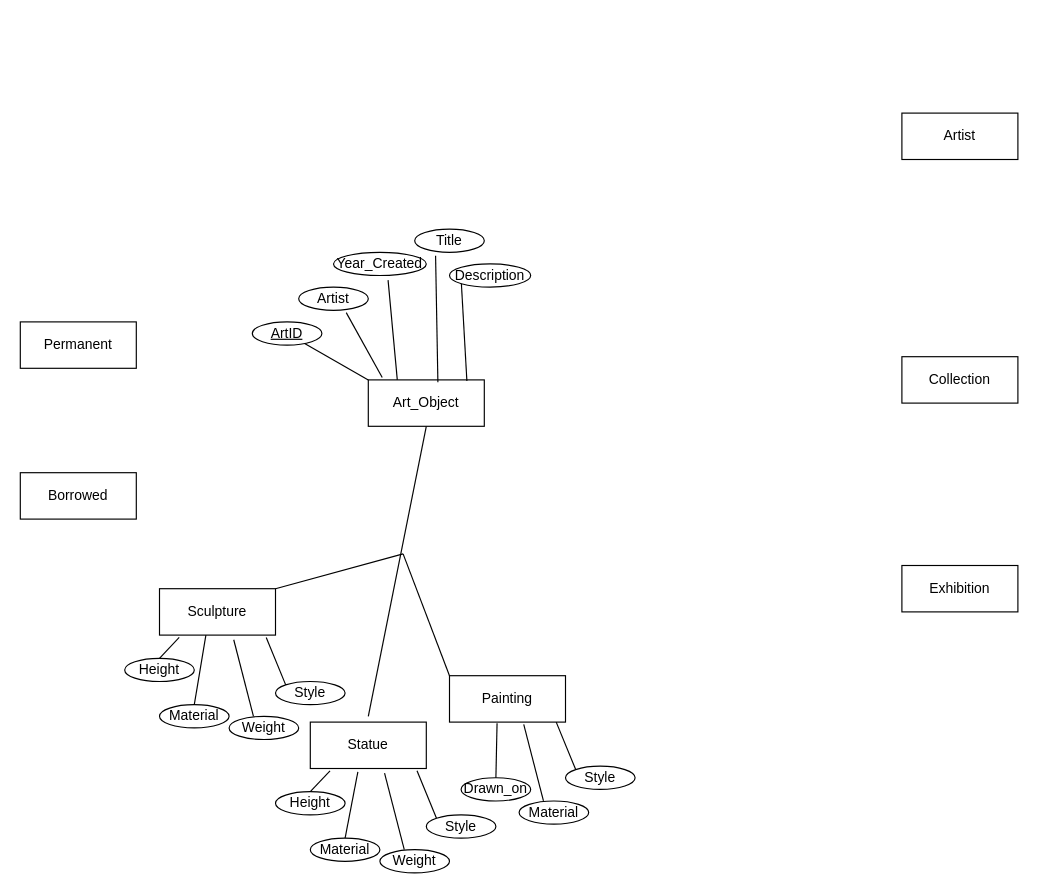
Above: database design/eerdMusem.drawio in ENSF-300-F23/museum-project-l02-group-22 (draw.io), before the change. Source tidied: cells renumbered, new cells numbered last; positions are measured from the earlier drawing's top-left corner, leaving out a move shared by most shapes. Both pictures are drawn from the tidied source at 116%, with x=0, y=0 at pixel (20, 113).
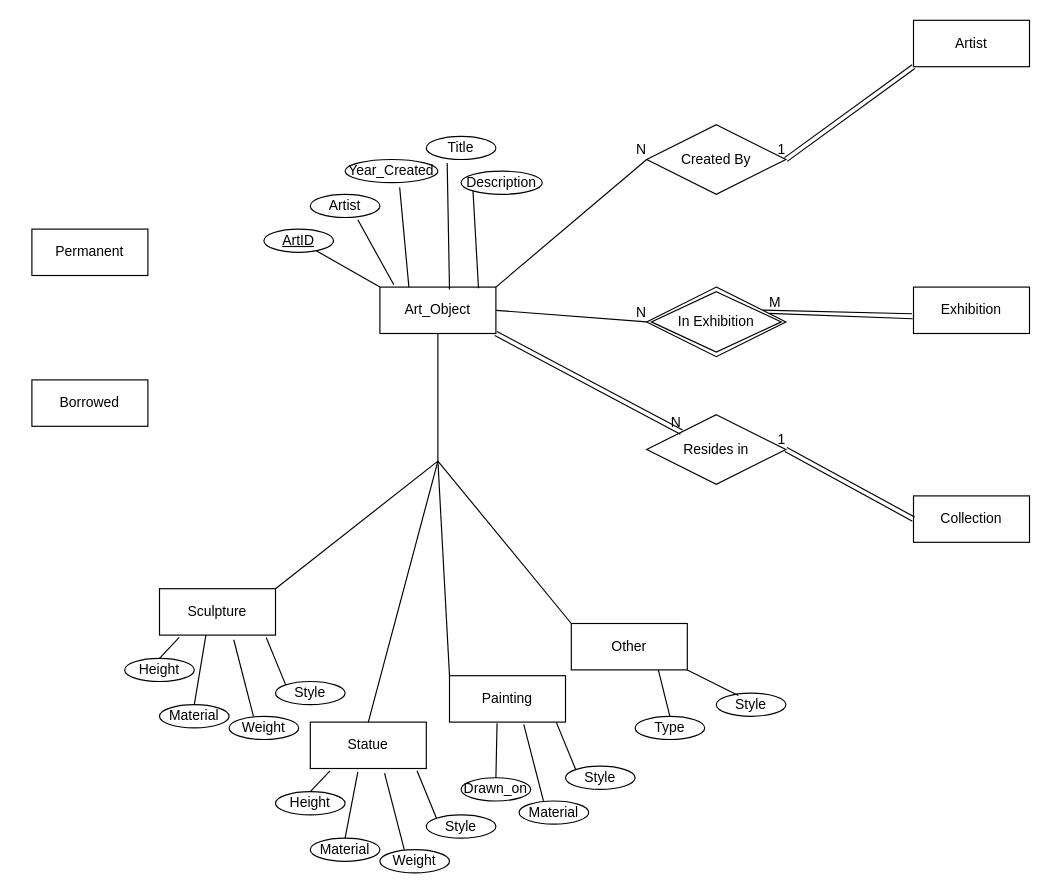
Above is the later version.

Commit message (it also covers changes not shown here):
Added more changes to EERD and schema

Unchanged cells that the change refers to:
```xml
<mxCell id="3" value="Sculpture" style="whiteSpace=wrap;html=1;align=center;" parent="1" vertex="1">
  <mxGeometry x="120" y="410" width="100" height="40" as="geometry" />
</mxCell>
<mxCell id="4" value="Statue" style="whiteSpace=wrap;html=1;align=center;" parent="1" vertex="1">
  <mxGeometry x="250" y="525" width="100" height="40" as="geometry" />
</mxCell>
<mxCell id="5" value="Painting" style="whiteSpace=wrap;html=1;align=center;" parent="1" vertex="1">
  <mxGeometry x="370" y="485" width="100" height="40" as="geometry" />
</mxCell>
```

What changed in the source:
```diff
@@
     <mxCell id="2" value="Art_Object" style="whiteSpace=wrap;html=1;align=center;" parent="1" vertex="1">
-      <mxGeometry x="300" y="230" width="100" height="40" as="geometry" />
+      <mxGeometry x="310" y="150" width="100" height="40" as="geometry" />
     </mxCell>
@@
     <mxCell id="6" value="Borrowed" style="whiteSpace=wrap;html=1;align=center;" parent="1" vertex="1">
-      <mxGeometry y="310" width="100" height="40" as="geometry" />
+      <mxGeometry x="10" y="230" width="100" height="40" as="geometry" />
     </mxCell>
     <mxCell id="7" value="Permanent" style="whiteSpace=wrap;html=1;align=center;" parent="1" vertex="1">
-      <mxGeometry y="180" width="100" height="40" as="geometry" />
+      <mxGeometry x="10" y="100" width="100" height="40" as="geometry" />
     </mxCell>
     <mxCell id="8" style="endArrow=none;html=1;exitX=0;exitY=0;exitDx=0;exitDy=0;" parent="1" edge="1" source="5">
       <mxGeometry relative="1" as="geometry">
-        <mxPoint x="330" y="380" as="targetPoint" />
+        <mxPoint x="360" y="300" as="targetPoint" />
       </mxGeometry>
     </mxCell>
     <mxCell id="9" style="endArrow=none;html=1;exitX=1;exitY=0;exitDx=0;exitDy=0;" parent="1" edge="1" source="3">
       <mxGeometry relative="1" as="geometry">
-        <mxPoint x="330" y="380" as="targetPoint" />
+        <mxPoint x="360" y="300" as="targetPoint" />
       </mxGeometry>
     </mxCell>
     <mxCell id="10" value="&lt;u&gt;ArtID&lt;/u&gt;" style="ellipse;whiteSpace=wrap;html=1;align=center;" parent="1" vertex="1">
-      <mxGeometry x="200" y="180" width="60" height="20" as="geometry" />
+      <mxGeometry x="210" y="100" width="60" height="20" as="geometry" />
     </mxCell>
     <mxCell id="11" value="Artist" style="ellipse;whiteSpace=wrap;html=1;align=center;" parent="1" vertex="1">
-      <mxGeometry x="240" y="150" width="60" height="20" as="geometry" />
+      <mxGeometry x="250" y="70" width="60" height="20" as="geometry" />
     </mxCell>
     <mxCell id="12" value="Year_Created" style="ellipse;whiteSpace=wrap;html=1;align=center;" parent="1" vertex="1">
-      <mxGeometry x="270" y="120" width="80" height="20" as="geometry" />
+      <mxGeometry x="280" y="40" width="80" height="20" as="geometry" />
     </mxCell>
@@
     <mxCell id="16" value="Title" style="ellipse;whiteSpace=wrap;html=1;align=center;" parent="1" vertex="1">
-      <mxGeometry x="340" y="100" width="60" height="20" as="geometry" />
+      <mxGeometry x="350" y="20" width="60" height="20" as="geometry" />
     </mxCell>
     <mxCell id="17" value="Description" style="ellipse;whiteSpace=wrap;html=1;align=center;" parent="1" vertex="1">
-      <mxGeometry x="370" y="130" width="70" height="20" as="geometry" />
+      <mxGeometry x="380" y="50" width="70" height="20" as="geometry" />
     </mxCell>
@@
     <mxCell id="42" value="Artist" style="whiteSpace=wrap;html=1;align=center;" parent="1" vertex="1">
-      <mxGeometry x="760" width="100" height="40" as="geometry" />
+      <mxGeometry x="770" y="-80" width="100" height="40" as="geometry" />
     </mxCell>
     <mxCell id="43" value="Collection" style="whiteSpace=wrap;html=1;align=center;" parent="1" vertex="1">
-      <mxGeometry x="760" y="210" width="100" height="40" as="geometry" />
+      <mxGeometry x="770" y="330" width="100" height="40" as="geometry" />
     </mxCell>
     <mxCell id="44" value="Exhibition" style="whiteSpace=wrap;html=1;align=center;" parent="1" vertex="1">
-      <mxGeometry x="760" y="390" width="100" height="40" as="geometry" />
+      <mxGeometry x="770" y="150" width="100" height="40" as="geometry" />
     </mxCell>
-    <mxCell id="45" style="endArrow=none;html=1;entryX=0.5;entryY=1;entryDx=0;entryDy=0;" parent="1" edge="1" target="2">
+    <mxCell id="45" style="endArrow=none;html=1;exitX=0.5;exitY=0;exitDx=0;exitDy=0;" parent="1" edge="1" source="4">
       <mxGeometry relative="1" as="geometry">
-        <mxPoint x="300" y="520" as="sourcePoint" />
+        <mxPoint x="360" y="300" as="targetPoint" />
       </mxGeometry>
     </mxCell>
+    <mxCell id="46" value="Created By" style="shape=rhombus;perimeter=rhombusPerimeter;whiteSpace=wrap;html=1;align=center;" parent="1" vertex="1">
+      <mxGeometry x="540" y="10" width="120" height="60" as="geometry" />
+    </mxCell>
+    <mxCell id="47" value="In Exhibition" style="shape=rhombus;double=1;perimeter=rhombusPerimeter;whiteSpace=wrap;html=1;align=center;" parent="1" vertex="1">
+      <mxGeometry x="540" y="150" width="120" height="60" as="geometry" />
+    </mxCell>
+    <mxCell id="48" value="Resides in" style="shape=rhombus;perimeter=rhombusPerimeter;whiteSpace=wrap;html=1;align=center;" parent="1" vertex="1">
+      <mxGeometry x="540" y="260" width="120" height="60" as="geometry" />
+    </mxCell>
+    <mxCell id="49" style="shape=link;html=1;rounded=0;exitX=1;exitY=1;exitDx=0;exitDy=0;entryX=0;entryY=0;entryDx=0;entryDy=0;" parent="1" edge="1" source="2" target="48">
+      <mxGeometry relative="1" as="geometry" />
+    </mxCell>
+    <mxCell id="50" value="N" style="html=1;align=right;verticalAlign=bottom;" parent="49" vertex="1">
+      <mxGeometry x="1" relative="1" as="geometry" />
+    </mxCell>
+    <mxCell id="51" style="shape=link;html=1;rounded=0;entryX=1;entryY=0.5;entryDx=0;entryDy=0;exitX=0;exitY=0.5;exitDx=0;exitDy=0;" parent="1" edge="1" source="43" target="48">
+      <mxGeometry relative="1" as="geometry" />
+    </mxCell>
+    <mxCell id="52" value="1" style="html=1;align=right;verticalAlign=bottom;" parent="51" vertex="1">
+      <mxGeometry x="1" relative="1" as="geometry" />
+    </mxCell>
+    <mxCell id="53" style="endArrow=none;html=1;rounded=0;entryX=0;entryY=0.5;entryDx=0;entryDy=0;exitX=1;exitY=0.5;exitDx=0;exitDy=0;" parent="1" edge="1" source="2" target="47">
+      <mxGeometry relative="1" as="geometry" />
+    </mxCell>
+    <mxCell id="54" value="N" style="html=1;align=right;verticalAlign=bottom;" parent="53" vertex="1">
+      <mxGeometry x="1" relative="1" as="geometry" />
+    </mxCell>
+    <mxCell id="55" style="endArrow=none;html=1;rounded=0;exitX=0.881;exitY=0.378;exitDx=0;exitDy=0;exitPerimeter=0;entryX=-0.007;entryY=0.683;entryDx=0;entryDy=0;entryPerimeter=0;" parent="1" edge="1" source="47" target="44">
+      <mxGeometry relative="1" as="geometry" />
+    </mxCell>
+    <mxCell id="56" style="endArrow=none;html=1;rounded=0;entryX=-0.013;entryY=0.575;entryDx=0;entryDy=0;entryPerimeter=0;" parent="1" edge="1" target="44">
+      <mxGeometry relative="1" as="geometry">
+        <mxPoint x="640" y="169.8" as="sourcePoint" />
+      </mxGeometry>
+    </mxCell>
+    <mxCell id="57" value="M" style="text;strokeColor=none;fillColor=none;spacingLeft=4;spacingRight=4;overflow=hidden;fontSize=12;" parent="1" vertex="1">
+      <mxGeometry x="640" y="150" width="30" height="20" as="geometry" />
+    </mxCell>
+    <mxCell id="58" style="endArrow=none;html=1;rounded=0;entryX=0;entryY=0.5;entryDx=0;entryDy=0;exitX=1;exitY=0;exitDx=0;exitDy=0;" parent="1" edge="1" source="2" target="46">
+      <mxGeometry relative="1" as="geometry" />
+    </mxCell>
+    <mxCell id="59" value="N" style="html=1;align=right;verticalAlign=bottom;" parent="58" vertex="1">
+      <mxGeometry x="1" relative="1" as="geometry" />
+    </mxCell>
+    <mxCell id="60" style="shape=link;html=1;rounded=0;entryX=1;entryY=0.5;entryDx=0;entryDy=0;exitX=0;exitY=1;exitDx=0;exitDy=0;" parent="1" edge="1" source="42" target="46">
+      <mxGeometry relative="1" as="geometry" />
+    </mxCell>
+    <mxCell id="61" value="1" style="html=1;align=right;verticalAlign=bottom;" parent="60" vertex="1">
+      <mxGeometry x="1" relative="1" as="geometry" />
+    </mxCell>
+    <mxCell id="62" value="Other" style="whiteSpace=wrap;html=1;align=center;" parent="1" vertex="1">
+      <mxGeometry x="475" y="440" width="100" height="40" as="geometry" />
+    </mxCell>
+    <mxCell id="63" style="endArrow=none;html=1;entryX=0.5;entryY=1;entryDx=0;entryDy=0;" parent="1" edge="1" target="2">
+      <mxGeometry relative="1" as="geometry">
+        <mxPoint x="360" y="300" as="sourcePoint" />
+      </mxGeometry>
+    </mxCell>
+    <mxCell id="64" style="endArrow=none;html=1;entryX=0;entryY=0;entryDx=0;entryDy=0;" parent="1" edge="1" target="62">
+      <mxGeometry relative="1" as="geometry">
+        <mxPoint x="360" y="300" as="sourcePoint" />
+      </mxGeometry>
+    </mxCell>
+    <mxCell id="65" value="Type" style="ellipse;whiteSpace=wrap;html=1;align=center;" parent="1" vertex="1">
+      <mxGeometry x="530" y="520" width="60" height="20" as="geometry" />
+    </mxCell>
+    <mxCell id="66" value="Style" style="ellipse;whiteSpace=wrap;html=1;align=center;" parent="1" vertex="1">
+      <mxGeometry x="600" y="500" width="60" height="20" as="geometry" />
+    </mxCell>
+    <mxCell id="67" style="endArrow=none;html=1;entryX=0.75;entryY=1;entryDx=0;entryDy=0;exitX=0.5;exitY=0;exitDx=0;exitDy=0;" parent="1" edge="1" source="65" target="62">
+      <mxGeometry relative="1" as="geometry" />
+    </mxCell>
+    <mxCell id="68" style="endArrow=none;html=1;entryX=1;entryY=1;entryDx=0;entryDy=0;exitX=0.317;exitY=0.1;exitDx=0;exitDy=0;exitPerimeter=0;" parent="1" edge="1" source="66" target="62">
+      <mxGeometry relative="1" as="geometry" />
+    </mxCell>
```
